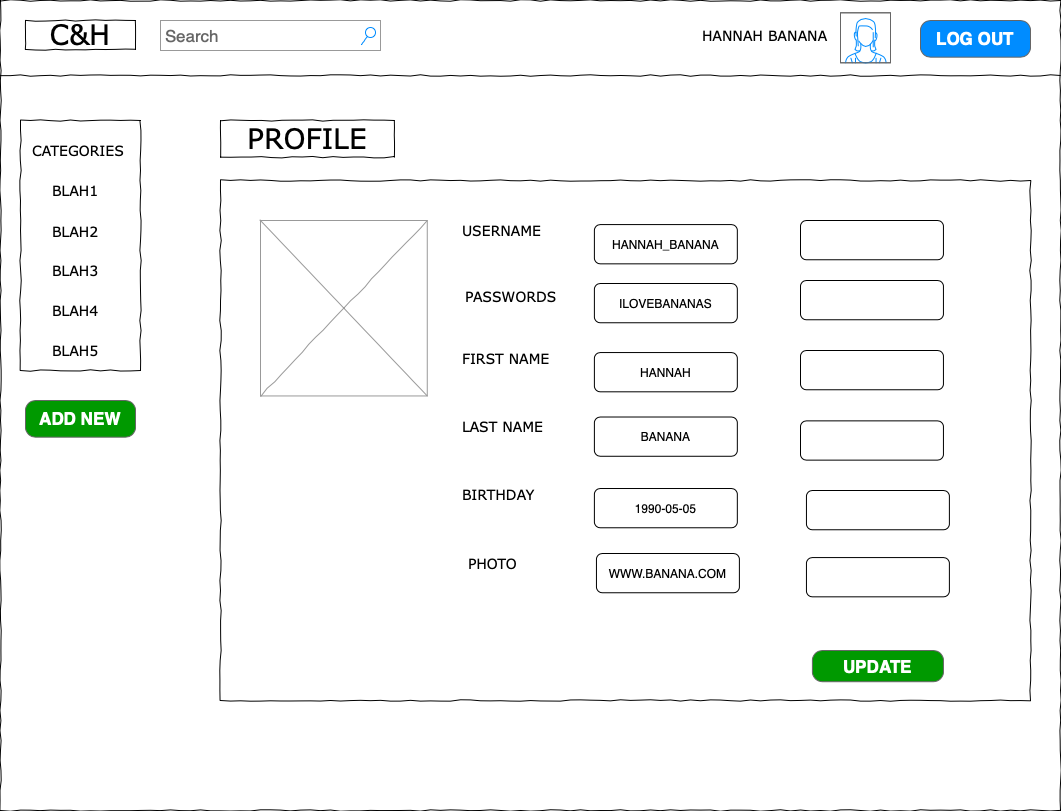
The draw.io diagram wireframes/6_PROFILE.png in hannaohandrews/resource_wall, before a commit. Source tidied: cells renumbered, new cells last; positions are measured from the earlier drawing's top-left corner, leaving out a move shared by most shapes.
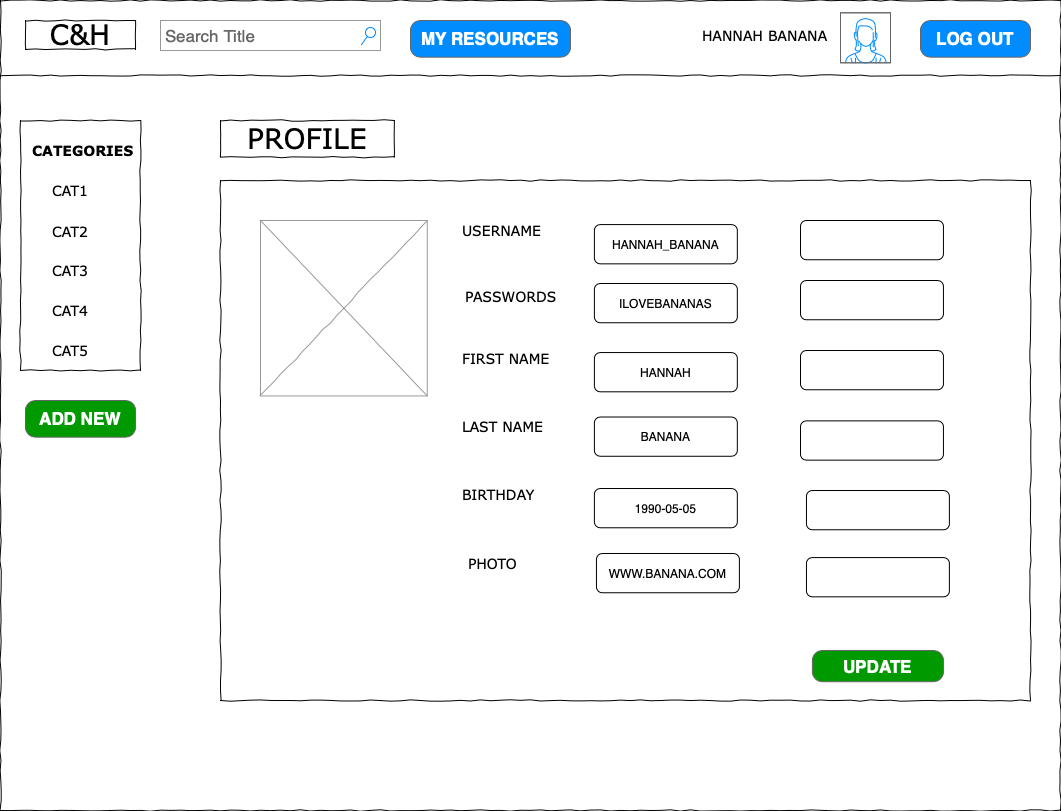
After the change.

What changed in the source:
```diff
@@ -5,7 +5,7 @@
     <mxCell id="2" style="whiteSpace=wrap;html=1;rounded=0;shadow=0;labelBackgroundColor=none;strokeColor=#000000;strokeWidth=1;fillColor=none;fontFamily=Verdana;fontSize=12;fontColor=#000000;align=center;comic=1;" parent="1" vertex="1">
       <mxGeometry width="1060" height="810" as="geometry" />
     </mxCell>
-    <mxCell id="3" value="Search" style="strokeWidth=1;shadow=0;dashed=0;align=center;html=1;shape=mxgraph.mockup.forms.searchBox;strokeColor=#999999;mainText=;strokeColor2=#008cff;fontColor=#666666;fontSize=17;align=left;spacingLeft=3;rounded=0;labelBackgroundColor=none;comic=1;" parent="1" vertex="1">
+    <mxCell id="3" value="Search Title" style="strokeWidth=1;shadow=0;dashed=0;align=center;html=1;shape=mxgraph.mockup.forms.searchBox;strokeColor=#999999;mainText=;strokeColor2=#008cff;fontColor=#666666;fontSize=17;align=left;spacingLeft=3;rounded=0;labelBackgroundColor=none;comic=1;" parent="1" vertex="1">
       <mxGeometry x="160" y="20" width="220" height="30" as="geometry" />
     </mxCell>
     <mxCell id="4" style="line;strokeWidth=1;html=1;rounded=0;shadow=0;labelBackgroundColor=none;fillColor=none;fontFamily=Verdana;fontSize=14;fontColor=#000000;align=center;comic=1;" parent="1" vertex="1">
@@ -113,29 +113,35 @@
     <mxCell id="37" style="whiteSpace=wrap;html=1;rounded=0;shadow=0;labelBackgroundColor=none;strokeWidth=1;fillColor=none;fontFamily=Verdana;fontSize=12;align=center;comic=1;" parent="36" vertex="1">
       <mxGeometry width="120" height="250" as="geometry" />
     </mxCell>
-    <mxCell id="38" value="CATEGORIES" style="text;html=1;align=left;verticalAlign=top;spacingTop=-4;fontSize=14;fontFamily=Verdana;" parent="36" vertex="1">
+    <mxCell id="38" value="&lt;b&gt;CATEGORIES&lt;/b&gt;" style="text;html=1;align=left;verticalAlign=top;spacingTop=-4;fontSize=14;fontFamily=Verdana;" parent="36" vertex="1">
       <mxGeometry x="10" y="20" width="60" height="20" as="geometry" />
     </mxCell>
-    <mxCell id="39" value="BLAH1" style="text;html=1;align=left;verticalAlign=top;spacingTop=-4;fontSize=14;fontFamily=Verdana;" parent="36" vertex="1">
-      <mxGeometry x="30" y="60" width="60" height="20" as="geometry" />
-    </mxCell>
-    <mxCell id="40" value="BLAH2" style="text;html=1;align=left;verticalAlign=top;spacingTop=-4;fontSize=14;fontFamily=Verdana;" parent="36" vertex="1">
-      <mxGeometry x="30" y="101.2" width="60" height="20" as="geometry" />
-    </mxCell>
-    <mxCell id="41" value="BLAH3" style="text;html=1;align=left;verticalAlign=top;spacingTop=-4;fontSize=14;fontFamily=Verdana;" parent="36" vertex="1">
-      <mxGeometry x="30" y="140" width="60" height="20" as="geometry" />
-    </mxCell>
-    <mxCell id="42" value="BLAH4" style="text;html=1;align=left;verticalAlign=top;spacingTop=-4;fontSize=14;fontFamily=Verdana;" parent="36" vertex="1">
-      <mxGeometry x="30" y="180" width="60" height="20" as="geometry" />
-    </mxCell>
-    <mxCell id="43" value="BLAH5" style="text;html=1;align=left;verticalAlign=top;spacingTop=-4;fontSize=14;fontFamily=Verdana;" parent="36" vertex="1">
-      <mxGeometry x="30" y="220" width="60" height="20" as="geometry" />
-    </mxCell>
+    <mxCell id="46" style="group;" parent="36" vertex="1">
+      <mxGeometry x="30" y="60" width="60" height="180" as="geometry" />
+    </mxCell>
+    <mxCell id="47" value="CAT1" style="text;html=1;align=left;verticalAlign=top;spacingTop=-4;fontSize=14;fontFamily=Verdana;" parent="46" vertex="1">
+      <mxGeometry width="60" height="20" as="geometry" />
+    </mxCell>
+    <mxCell id="48" value="CAT2" style="text;html=1;align=left;verticalAlign=top;spacingTop=-4;fontSize=14;fontFamily=Verdana;" parent="46" vertex="1">
+      <mxGeometry y="41.2" width="60" height="20" as="geometry" />
+    </mxCell>
+    <mxCell id="49" value="CAT3" style="text;html=1;align=left;verticalAlign=top;spacingTop=-4;fontSize=14;fontFamily=Verdana;" parent="46" vertex="1">
+      <mxGeometry y="80" width="60" height="20" as="geometry" />
+    </mxCell>
+    <mxCell id="50" value="CAT4" style="text;html=1;align=left;verticalAlign=top;spacingTop=-4;fontSize=14;fontFamily=Verdana;" parent="46" vertex="1">
+      <mxGeometry y="120" width="60" height="20" as="geometry" />
+    </mxCell>
+    <mxCell id="51" value="CAT5" style="text;html=1;align=left;verticalAlign=top;spacingTop=-4;fontSize=14;fontFamily=Verdana;" parent="46" vertex="1">
+      <mxGeometry y="160" width="60" height="20" as="geometry" />
+    </mxCell>
     <mxCell id="44" value="ADD NEW" style="strokeWidth=1;shadow=0;dashed=0;align=center;html=1;shape=mxgraph.mockup.buttons.button;strokeColor=#666666;fontColor=#ffffff;mainText=;buttonStyle=round;fontSize=17;fontStyle=1;whiteSpace=wrap;fillColor=#009900;" parent="1" vertex="1">
       <mxGeometry x="25" y="400" width="110" height="36.7" as="geometry" />
     </mxCell>
     <mxCell id="45" value="C&amp;amp;H" style="whiteSpace=wrap;html=1;rounded=0;shadow=0;labelBackgroundColor=none;strokeWidth=1;fontFamily=Verdana;fontSize=28;align=center;comic=1;" parent="1" vertex="1">
       <mxGeometry x="25" y="20" width="110" height="28.9" as="geometry" />
     </mxCell>
+    <mxCell id="52" value="MY RESOURCES" style="strokeWidth=1;shadow=0;dashed=0;align=center;html=1;shape=mxgraph.mockup.buttons.button;strokeColor=#666666;fontColor=#ffffff;mainText=;buttonStyle=round;fontSize=17;fontStyle=1;fillColor=#008cff;whiteSpace=wrap;" parent="1" vertex="1">
+      <mxGeometry x="410" y="20" width="160" height="36.7" as="geometry" />
+    </mxCell>
   </root>
 </mxGraphModel>
```
